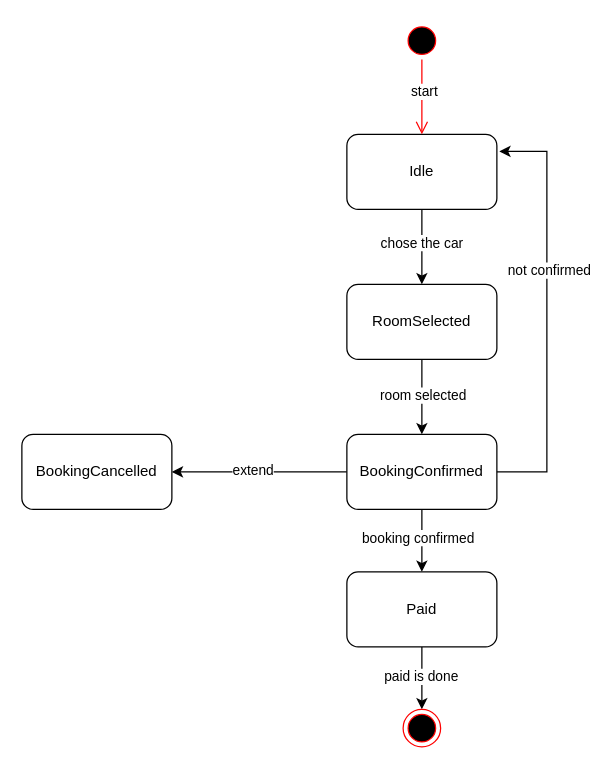
Before: module12/lab11/state-chart.drawio in UaAdil/CreJavate, a draw.io diagram. Source tidied: cells renumbered, new cells numbered last; positions are measured from the earlier drawing's top-left corner, leaving out a move shared by most shapes. Both pictures are drawn from the tidied source at 125%, with x=0, y=0 at pixel (21, 21).
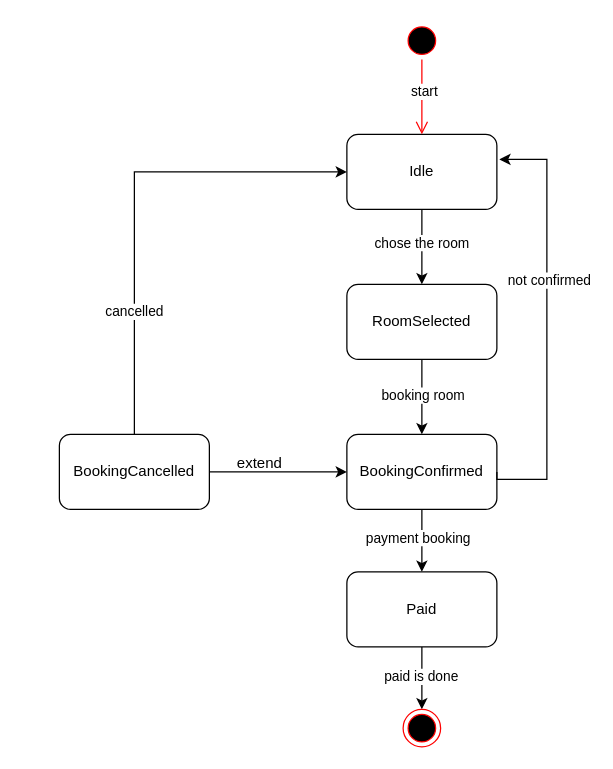
After the change.

Unchanged cells that the change refers to:
```xml
<mxCell id="2" style="edgeStyle=orthogonalEdgeStyle;rounded=0;jettySize=auto;html=1;entryX=0.5;entryY=0;entryDx=0;entryDy=0;" parent="1" edge="1" source="4" target="7">
  <mxGeometry relative="1" as="geometry" />
</mxCell>
<mxCell id="4" value="Idle" style="rounded=1;whiteSpace=wrap;html=1;" parent="1" vertex="1">
  <mxGeometry x="260" y="90" width="120" height="60" as="geometry" />
</mxCell>
<mxCell id="5" style="edgeStyle=orthogonalEdgeStyle;rounded=0;jettySize=auto;html=1;entryX=0.5;entryY=0;entryDx=0;entryDy=0;" parent="1" edge="1" source="7" target="12">
  <mxGeometry relative="1" as="geometry" />
</mxCell>
<mxCell id="8" style="edgeStyle=orthogonalEdgeStyle;rounded=0;jettySize=auto;html=1;exitX=0.5;exitY=1;exitDx=0;exitDy=0;" parent="1" edge="1" source="12" target="17">
  <mxGeometry relative="1" as="geometry" />
</mxCell>
<mxCell id="12" value="BookingConfirmed" style="rounded=1;whiteSpace=wrap;html=1;" parent="1" vertex="1">
  <mxGeometry x="260" y="330" width="120" height="60" as="geometry" />
</mxCell>
```

Change to the diagram source:
```diff
@@
-    <mxCell id="3" value="chose the car" style="edgeLabel;html=1;align=center;verticalAlign=middle;" parent="2" vertex="1">
+    <mxCell id="3" value="chose the room" style="edgeLabel;html=1;align=center;verticalAlign=middle;" parent="2" vertex="1">
       <mxGeometry x="-0.14" y="-1" relative="1" as="geometry" />
     </mxCell>
@@
-    <mxCell id="6" value="room selected" style="edgeLabel;html=1;align=center;verticalAlign=middle;" parent="5" vertex="1">
+    <mxCell id="6" value="booking room" style="edgeLabel;html=1;align=center;verticalAlign=middle;" parent="5" vertex="1">
       <mxGeometry x="-0.06" relative="1" as="geometry" />
     </mxCell>
@@
-    <mxCell id="9" value="booking confirmed" style="edgeLabel;html=1;align=center;verticalAlign=middle;" parent="8" vertex="1">
+    <mxCell id="9" value="payment booking" style="edgeLabel;html=1;align=center;verticalAlign=middle;" parent="8" vertex="1">
       <mxGeometry x="-0.13" y="-4" relative="1" as="geometry" />
     </mxCell>
-    <mxCell id="10" style="edgeStyle=orthogonalEdgeStyle;rounded=0;jettySize=auto;html=1;exitX=0;exitY=0.5;exitDx=0;exitDy=0;" parent="1" edge="1" source="12" target="21">
-      <mxGeometry relative="1" as="geometry" />
-    </mxCell>
-    <mxCell id="11" value="extend" style="edgeLabel;html=1;align=center;verticalAlign=middle;" parent="10" vertex="1">
-      <mxGeometry x="0.08" y="-2" relative="1" as="geometry" />
-    </mxCell>
@@
-    <mxCell id="13" style="edgeStyle=orthogonalEdgeStyle;rounded=0;orthogonalLoop=1;jettySize=auto;html=1;exitX=1;exitY=0.5;exitDx=0;exitDy=0;" parent="1" edge="1">
+    <mxCell id="13" style="edgeStyle=orthogonalEdgeStyle;rounded=0;jettySize=auto;html=1;exitX=1;exitY=0.5;exitDx=0;exitDy=0;" parent="1" edge="1" source="12">
       <mxGeometry relative="1" as="geometry">
-        <mxPoint x="380" y="360" as="sourcePoint" />
-        <mxPoint x="382" y="103.6" as="targetPoint" />
+        <mxPoint x="382" y="110" as="targetPoint" />
         <Array as="points">
-          <mxPoint x="420" y="360" />
-          <mxPoint x="420" y="104" />
+          <mxPoint x="380" y="366" />
+          <mxPoint x="420" y="366" />
+          <mxPoint x="420" y="110" />
         </Array>
       </mxGeometry>
     </mxCell>
@@
+    <mxCell id="23" style="edgeStyle=orthogonalEdgeStyle;rounded=0;jettySize=auto;html=1;exitX=1;exitY=0.5;exitDx=0;exitDy=0;entryX=0;entryY=0.5;entryDx=0;entryDy=0;" parent="1" edge="1" source="21" target="12">
+      <mxGeometry relative="1" as="geometry" />
+    </mxCell>
+    <mxCell id="24" style="edgeStyle=orthogonalEdgeStyle;rounded=0;jettySize=auto;html=1;exitX=0.5;exitY=0;exitDx=0;exitDy=0;entryX=0;entryY=0.5;entryDx=0;entryDy=0;" parent="1" edge="1" source="21" target="4">
+      <mxGeometry relative="1" as="geometry" />
+    </mxCell>
+    <mxCell id="25" value="cancelled" style="edgeLabel;html=1;align=center;verticalAlign=middle;" parent="24" vertex="1">
+      <mxGeometry x="-0.48" y="1" relative="1" as="geometry" />
+    </mxCell>
     <mxCell id="21" value="BookingCancelled" style="rounded=1;whiteSpace=wrap;html=1;" parent="1" vertex="1">
-      <mxGeometry y="330" width="120" height="60" as="geometry" />
+      <mxGeometry x="30" y="330" width="120" height="60" as="geometry" />
     </mxCell>
@@
+    <mxCell id="11" value="extend" style="text;html=1;align=center;verticalAlign=middle;strokeColor=none;fillColor=none;" parent="1" vertex="1">
+      <mxGeometry x="160" y="338" width="60" height="30" as="geometry" />
+    </mxCell>
```
